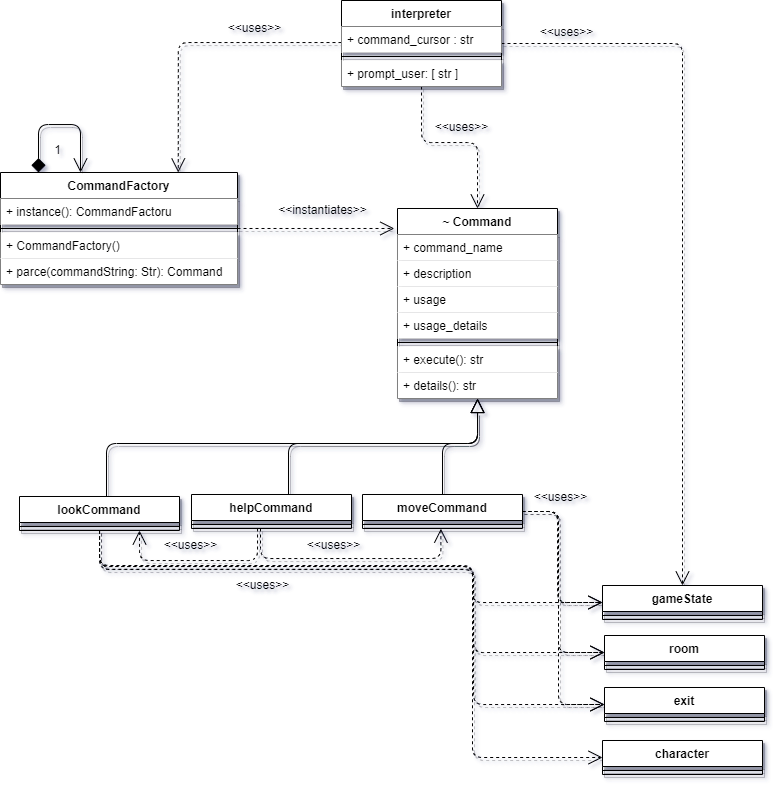
The draw.io diagram gfx/base relations-command system.drawio.png in TorroesPrime/RoomOneOhOne, before a commit. Source tidied: cells renumbered, new cells last; positions are measured from the earlier drawing's top-left corner, leaving out a move shared by most shapes.
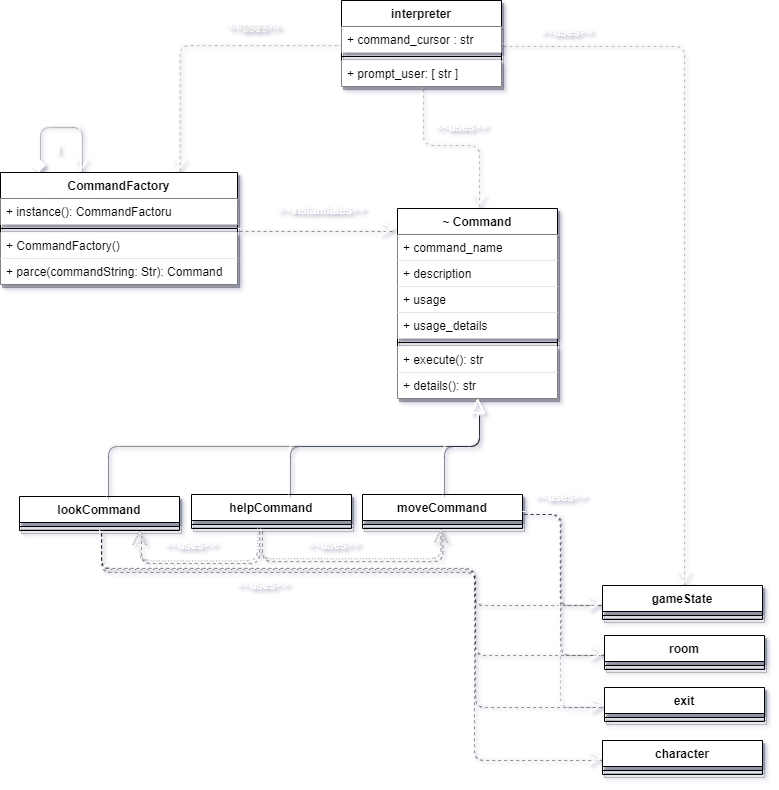
The same file after the commit.

Change to the diagram source:
```diff
@@ -1,18 +1,18 @@
-<mxGraphModel>
+<mxGraphModel background="#66B2FF">
   <root>
     <mxCell id="0" />
     <mxCell id="1" parent="0" />
-    <mxCell id="2" style="edgeStyle=orthogonalEdgeStyle;jettySize=auto;html=1;entryX=0.75;entryY=0;entryDx=0;entryDy=0;startArrow=none;startFill=0;endArrow=open;endFill=0;startSize=12;endSize=12;dashed=1;shadow=1;" parent="1" edge="1" source="5" target="10">
+    <mxCell id="2" style="edgeStyle=orthogonalEdgeStyle;jettySize=auto;html=1;entryX=0.75;entryY=0;entryDx=0;entryDy=0;startArrow=none;startFill=0;endArrow=open;endFill=0;startSize=12;endSize=12;dashed=1;shadow=1;strokeColor=#FFFFFF;" parent="1" edge="1" source="5" target="10">
       <mxGeometry relative="1" as="geometry">
         <Array as="points">
           <mxPoint x="178" y="42" />
         </Array>
       </mxGeometry>
     </mxCell>
-    <mxCell id="3" style="edgeStyle=orthogonalEdgeStyle;jettySize=auto;html=1;entryX=0.5;entryY=0;entryDx=0;entryDy=0;dashed=1;startArrow=none;startFill=0;endArrow=open;endFill=0;startSize=12;endSize=12;shadow=1;" parent="1" edge="1" source="5" target="18">
+    <mxCell id="3" style="edgeStyle=orthogonalEdgeStyle;jettySize=auto;html=1;entryX=0.5;entryY=0;entryDx=0;entryDy=0;dashed=1;startArrow=none;startFill=0;endArrow=open;endFill=0;startSize=12;endSize=12;shadow=1;strokeColor=#FFFFFF;" parent="1" edge="1" source="5" target="18">
       <mxGeometry relative="1" as="geometry" />
     </mxCell>
-    <mxCell id="4" style="edgeStyle=orthogonalEdgeStyle;jettySize=auto;html=1;shadow=1;dashed=1;startArrow=none;startFill=0;endArrow=open;endFill=0;startSize=12;endSize=12;" parent="1" edge="1" source="5" target="48">
+    <mxCell id="4" style="edgeStyle=orthogonalEdgeStyle;jettySize=auto;html=1;shadow=1;dashed=1;startArrow=none;startFill=0;endArrow=open;endFill=0;startSize=12;endSize=12;strokeColor=#FFFFFF;" parent="1" edge="1" source="5" target="48">
       <mxGeometry relative="1" as="geometry" />
     </mxCell>
     <mxCell id="5" value="interpreter" style="swimlane;fontStyle=1;align=center;verticalAlign=top;horizontal=1;startSize=26;shadow=1;strokeColor=default;fillColor=default;" parent="1" vertex="1">
@@ -27,7 +27,7 @@
     <mxCell id="8" value="+ prompt_user: [ str ]" style="text;strokeColor=none;fillColor=default;align=left;verticalAlign=top;spacingLeft=4;spacingRight=4;overflow=hidden;shadow=1;" parent="5" vertex="1">
       <mxGeometry y="60" width="160" height="26" as="geometry" />
     </mxCell>
-    <mxCell id="9" style="edgeStyle=orthogonalEdgeStyle;jettySize=auto;html=1;entryX=-0.02;entryY=-0.231;entryDx=0;entryDy=0;entryPerimeter=0;startArrow=none;startFill=0;endArrow=open;endFill=0;startSize=12;endSize=12;dashed=1;shadow=1;" parent="1" edge="1" source="10" target="19">
+    <mxCell id="9" style="edgeStyle=orthogonalEdgeStyle;jettySize=auto;html=1;entryX=-0.02;entryY=-0.231;entryDx=0;entryDy=0;entryPerimeter=0;startArrow=none;startFill=0;endArrow=open;endFill=0;startSize=12;endSize=12;dashed=1;shadow=1;strokeColor=#FFFFFF;" parent="1" edge="1" source="10" target="19">
       <mxGeometry relative="1" as="geometry" />
     </mxCell>
     <mxCell id="10" value="CommandFactory" style="swimlane;fontStyle=1;align=center;verticalAlign=top;horizontal=1;startSize=26;shadow=1;strokeColor=default;fillColor=default;" parent="1" vertex="1">
@@ -48,7 +48,7 @@
     <mxCell id="15" value="&amp;lt;&amp;lt;uses&amp;gt;&amp;gt;" style="text;html=1;align=center;verticalAlign=middle;strokeColor=none;fillColor=none;shadow=1;" parent="1" vertex="1">
       <mxGeometry x="222" y="19" width="64" height="18" as="geometry" />
     </mxCell>
-    <mxCell id="16" style="edgeStyle=orthogonalEdgeStyle;jettySize=auto;html=1;startArrow=open;startFill=0;endArrow=diamond;endFill=1;startSize=12;endSize=12;shadow=1;" parent="1" edge="1" source="10">
+    <mxCell id="16" style="edgeStyle=orthogonalEdgeStyle;jettySize=auto;html=1;startArrow=open;startFill=0;endArrow=diamond;endFill=1;startSize=12;endSize=12;shadow=1;strokeColor=#FFFFFF;" parent="1" edge="1" source="10">
       <mxGeometry relative="1" as="geometry">
         <mxPoint x="38" y="172" as="targetPoint" />
         <Array as="points">
@@ -57,7 +57,7 @@
         </Array>
       </mxGeometry>
     </mxCell>
-    <mxCell id="17" value="1" style="text;html=1;align=center;verticalAlign=middle;strokeColor=none;fillColor=none;shadow=1;" parent="1" vertex="1">
+    <mxCell id="17" value="1" style="text;html=1;align=center;verticalAlign=middle;strokeColor=none;fillColor=none;shadow=1;fontColor=#FFFFFF;" parent="1" vertex="1">
       <mxGeometry x="48" y="141" width="17" height="18" as="geometry" />
     </mxCell>
     <mxCell id="18" value="~ Command" style="swimlane;fontStyle=1;align=center;verticalAlign=top;horizontal=1;startSize=26;shadow=1;strokeColor=default;fillColor=default;" parent="1" vertex="1">
@@ -84,13 +84,13 @@
     <mxCell id="25" value="+ details(): str" style="text;strokeColor=none;fillColor=default;align=left;verticalAlign=top;spacingLeft=4;spacingRight=4;overflow=hidden;shadow=1;" parent="18" vertex="1">
       <mxGeometry y="164" width="160" height="26" as="geometry" />
     </mxCell>
-    <mxCell id="26" value="&amp;lt;&amp;lt;instantiates&amp;gt;&amp;gt;" style="text;html=1;align=center;verticalAlign=middle;strokeColor=none;fillColor=none;shadow=1;" parent="1" vertex="1">
+    <mxCell id="26" value="&amp;lt;&amp;lt;instantiates&amp;gt;&amp;gt;" style="text;html=1;align=center;verticalAlign=middle;strokeColor=none;fillColor=none;shadow=1;fontColor=#FFFFFF;" parent="1" vertex="1">
       <mxGeometry x="272" y="201" width="99" height="18" as="geometry" />
     </mxCell>
-    <mxCell id="27" value="&amp;lt;&amp;lt;uses&amp;gt;&amp;gt;" style="text;html=1;align=center;verticalAlign=middle;strokeColor=none;fillColor=none;shadow=1;" parent="1" vertex="1">
+    <mxCell id="27" value="&amp;lt;&amp;lt;uses&amp;gt;&amp;gt;" style="text;html=1;align=center;verticalAlign=middle;strokeColor=none;fillColor=none;shadow=1;fontColor=#FFFFFF;" parent="1" vertex="1">
       <mxGeometry x="429" y="118" width="64" height="18" as="geometry" />
     </mxCell>
-    <mxCell id="28" style="edgeStyle=orthogonalEdgeStyle;jettySize=auto;html=1;startArrow=none;startFill=0;endArrow=block;endFill=0;startSize=12;endSize=12;shadow=1;" parent="1" edge="1" source="31" target="18">
+    <mxCell id="28" style="edgeStyle=orthogonalEdgeStyle;jettySize=auto;html=1;startArrow=none;startFill=0;endArrow=block;endFill=0;startSize=12;endSize=12;shadow=1;strokeColor=#FFFFFF;" parent="1" edge="1" source="31" target="18">
       <mxGeometry relative="1" as="geometry">
         <Array as="points">
           <mxPoint x="288" y="443" />
@@ -120,7 +120,7 @@
     <mxCell id="32" style="line;strokeWidth=1;fillColor=none;align=left;verticalAlign=middle;spacingTop=-1;spacingLeft=3;spacingRight=3;labelPosition=right;shadow=1;" parent="31" vertex="1">
       <mxGeometry y="26" width="160" height="8" as="geometry" />
     </mxCell>
-    <mxCell id="33" style="edgeStyle=orthogonalEdgeStyle;jettySize=auto;html=1;startArrow=none;startFill=0;endArrow=block;endFill=0;startSize=12;endSize=12;shadow=1;" parent="1" edge="1" source="38" target="18">
+    <mxCell id="33" style="edgeStyle=orthogonalEdgeStyle;jettySize=auto;html=1;startArrow=none;startFill=0;endArrow=block;endFill=0;startSize=12;endSize=12;shadow=1;strokeColor=#FFFFFF;" parent="1" edge="1" source="38" target="18">
       <mxGeometry relative="1" as="geometry">
         <Array as="points">
           <mxPoint x="106" y="443" />
@@ -128,7 +128,7 @@
         </Array>
       </mxGeometry>
     </mxCell>
-    <mxCell id="34" style="edgeStyle=orthogonalEdgeStyle;jettySize=auto;html=1;entryX=0;entryY=0.5;entryDx=0;entryDy=0;shadow=1;startArrow=none;startFill=0;endArrow=open;endFill=0;startSize=12;endSize=12;dashed=1;" parent="1" edge="1" source="38" target="52">
+    <mxCell id="34" style="edgeStyle=orthogonalEdgeStyle;jettySize=auto;html=1;entryX=0;entryY=0.5;entryDx=0;entryDy=0;shadow=1;startArrow=none;startFill=0;endArrow=open;endFill=0;startSize=12;endSize=12;dashed=1;strokeColor=#FFFFFF;" parent="1" edge="1" source="38" target="52">
       <mxGeometry relative="1" as="geometry">
         <Array as="points">
           <mxPoint x="99" y="565" />
@@ -137,7 +137,7 @@
         </Array>
       </mxGeometry>
     </mxCell>
-    <mxCell id="35" style="edgeStyle=orthogonalEdgeStyle;jettySize=auto;html=1;entryX=0;entryY=0.5;entryDx=0;entryDy=0;shadow=1;startArrow=none;startFill=0;endArrow=open;endFill=0;startSize=12;endSize=12;dashed=1;" parent="1" edge="1" source="38" target="48">
+    <mxCell id="35" style="edgeStyle=orthogonalEdgeStyle;jettySize=auto;html=1;entryX=0;entryY=0.5;entryDx=0;entryDy=0;shadow=1;startArrow=none;startFill=0;endArrow=open;endFill=0;startSize=12;endSize=12;dashed=1;strokeColor=#FFFFFF;" parent="1" edge="1" source="38" target="48">
       <mxGeometry relative="1" as="geometry">
         <Array as="points">
           <mxPoint x="99" y="566" />
@@ -146,7 +146,7 @@
         </Array>
       </mxGeometry>
     </mxCell>
-    <mxCell id="36" style="edgeStyle=orthogonalEdgeStyle;jettySize=auto;html=1;entryX=0;entryY=0.5;entryDx=0;entryDy=0;shadow=1;startArrow=none;startFill=0;endArrow=open;endFill=0;startSize=12;endSize=12;dashed=1;" parent="1" edge="1" source="38" target="46">
+    <mxCell id="36" style="edgeStyle=orthogonalEdgeStyle;jettySize=auto;html=1;entryX=0;entryY=0.5;entryDx=0;entryDy=0;shadow=1;startArrow=none;startFill=0;endArrow=open;endFill=0;startSize=12;endSize=12;dashed=1;strokeColor=#FFFFFF;" parent="1" edge="1" source="38" target="46">
       <mxGeometry relative="1" as="geometry">
         <Array as="points">
           <mxPoint x="99" y="566" />
@@ -155,7 +155,7 @@
         </Array>
       </mxGeometry>
     </mxCell>
-    <mxCell id="37" style="edgeStyle=orthogonalEdgeStyle;jettySize=auto;html=1;entryX=0;entryY=0.5;entryDx=0;entryDy=0;shadow=1;startArrow=none;startFill=0;endArrow=open;endFill=0;startSize=12;endSize=12;dashed=1;" parent="1" edge="1" source="38" target="50">
+    <mxCell id="37" style="edgeStyle=orthogonalEdgeStyle;jettySize=auto;html=1;entryX=0;entryY=0.5;entryDx=0;entryDy=0;shadow=1;startArrow=none;startFill=0;endArrow=open;endFill=0;startSize=12;endSize=12;dashed=1;strokeColor=#FFFFFF;" parent="1" edge="1" source="38" target="50">
       <mxGeometry relative="1" as="geometry">
         <Array as="points">
           <mxPoint x="99" y="569" />
@@ -170,7 +170,7 @@
     <mxCell id="39" style="line;strokeWidth=1;fillColor=none;align=left;verticalAlign=middle;spacingTop=-1;spacingLeft=3;spacingRight=3;labelPosition=right;shadow=1;" parent="38" vertex="1">
       <mxGeometry y="26" width="160" height="8" as="geometry" />
     </mxCell>
-    <mxCell id="40" style="edgeStyle=orthogonalEdgeStyle;jettySize=auto;html=1;startArrow=none;startFill=0;endArrow=block;endFill=0;startSize=12;endSize=12;shadow=1;" parent="1" edge="1" source="44" target="18">
+    <mxCell id="40" style="edgeStyle=orthogonalEdgeStyle;jettySize=auto;html=1;startArrow=none;startFill=0;endArrow=block;endFill=0;startSize=12;endSize=12;shadow=1;strokeColor=#FFFFFF;" parent="1" edge="1" source="44" target="18">
       <mxGeometry relative="1" as="geometry">
         <Array as="points">
           <mxPoint x="442" y="443" />
@@ -178,13 +178,13 @@
         </Array>
       </mxGeometry>
     </mxCell>
-    <mxCell id="41" style="edgeStyle=orthogonalEdgeStyle;jettySize=auto;html=1;entryX=0;entryY=0.5;entryDx=0;entryDy=0;shadow=1;startArrow=none;startFill=0;endArrow=open;endFill=0;startSize=12;endSize=12;dashed=1;" parent="1" edge="1" source="44" target="48">
+    <mxCell id="41" style="edgeStyle=orthogonalEdgeStyle;jettySize=auto;html=1;entryX=0;entryY=0.5;entryDx=0;entryDy=0;shadow=1;startArrow=none;startFill=0;endArrow=open;endFill=0;startSize=12;endSize=12;dashed=1;strokeColor=#FFFFFF;" parent="1" edge="1" source="44" target="48">
       <mxGeometry relative="1" as="geometry" />
     </mxCell>
-    <mxCell id="42" style="edgeStyle=orthogonalEdgeStyle;jettySize=auto;html=1;entryX=0;entryY=0.5;entryDx=0;entryDy=0;shadow=1;startArrow=none;startFill=0;endArrow=open;endFill=0;startSize=12;endSize=12;dashed=1;" parent="1" edge="1" source="44" target="46">
+    <mxCell id="42" style="edgeStyle=orthogonalEdgeStyle;jettySize=auto;html=1;entryX=0;entryY=0.5;entryDx=0;entryDy=0;shadow=1;startArrow=none;startFill=0;endArrow=open;endFill=0;startSize=12;endSize=12;dashed=1;strokeColor=#FFFFFF;" parent="1" edge="1" source="44" target="46">
       <mxGeometry relative="1" as="geometry" />
     </mxCell>
-    <mxCell id="43" style="edgeStyle=orthogonalEdgeStyle;jettySize=auto;html=1;entryX=0;entryY=0.5;entryDx=0;entryDy=0;shadow=1;startArrow=none;startFill=0;endArrow=open;endFill=0;startSize=12;endSize=12;dashed=1;" parent="1" edge="1" source="44" target="50">
+    <mxCell id="43" style="edgeStyle=orthogonalEdgeStyle;jettySize=auto;html=1;entryX=0;entryY=0.5;entryDx=0;entryDy=0;shadow=1;startArrow=none;startFill=0;endArrow=open;endFill=0;startSize=12;endSize=12;dashed=1;strokeColor=#FFFFFF;" parent="1" edge="1" source="44" target="50">
       <mxGeometry relative="1" as="geometry" />
     </mxCell>
     <mxCell id="44" value="moveCommand" style="swimlane;fontStyle=1;align=center;verticalAlign=top;horizontal=1;startSize=26;shadow=1;strokeColor=default;fillColor=default;" parent="1" vertex="1">
@@ -217,20 +217,143 @@
     <mxCell id="53" style="line;strokeWidth=1;fillColor=none;align=left;verticalAlign=middle;spacingTop=-1;spacingLeft=3;spacingRight=3;labelPosition=right;shadow=1;" parent="52" vertex="1">
       <mxGeometry y="26" width="160" height="8" as="geometry" />
     </mxCell>
-    <mxCell id="54" value="&amp;lt;&amp;lt;uses&amp;gt;&amp;gt;" style="text;html=1;align=center;verticalAlign=middle;strokeColor=none;fillColor=none;" parent="1" vertex="1">
+    <mxCell id="54" value="&amp;lt;&amp;lt;uses&amp;gt;&amp;gt;" style="text;html=1;align=center;verticalAlign=middle;strokeColor=none;fillColor=none;fontColor=#FFFFFF;" parent="1" vertex="1">
       <mxGeometry x="158" y="536" width="64" height="18" as="geometry" />
     </mxCell>
-    <mxCell id="55" value="&amp;lt;&amp;lt;uses&amp;gt;&amp;gt;" style="text;html=1;align=center;verticalAlign=middle;strokeColor=none;fillColor=none;" parent="1" vertex="1">
+    <mxCell id="55" value="&amp;lt;&amp;lt;uses&amp;gt;&amp;gt;" style="text;html=1;align=center;verticalAlign=middle;strokeColor=none;fillColor=none;fontColor=#FFFFFF;" parent="1" vertex="1">
       <mxGeometry x="301" y="536" width="64" height="18" as="geometry" />
     </mxCell>
-    <mxCell id="56" value="&amp;lt;&amp;lt;uses&amp;gt;&amp;gt;" style="text;html=1;align=center;verticalAlign=middle;strokeColor=none;fillColor=none;" parent="1" vertex="1">
+    <mxCell id="56" value="&amp;lt;&amp;lt;uses&amp;gt;&amp;gt;" style="text;html=1;align=center;verticalAlign=middle;strokeColor=none;fillColor=none;fontColor=#FFFFFF;" parent="1" vertex="1">
       <mxGeometry x="230" y="576" width="64" height="18" as="geometry" />
     </mxCell>
-    <mxCell id="57" value="&amp;lt;&amp;lt;uses&amp;gt;&amp;gt;" style="text;html=1;align=center;verticalAlign=middle;strokeColor=none;fillColor=none;" parent="1" vertex="1">
+    <mxCell id="57" value="&amp;lt;&amp;lt;uses&amp;gt;&amp;gt;" style="text;html=1;align=center;verticalAlign=middle;strokeColor=none;fillColor=none;fontColor=#FFFFFF;" parent="1" vertex="1">
       <mxGeometry x="528" y="488" width="64" height="18" as="geometry" />
     </mxCell>
-    <mxCell id="58" value="&amp;lt;&amp;lt;uses&amp;gt;&amp;gt;" style="text;html=1;align=center;verticalAlign=middle;strokeColor=none;fillColor=none;" parent="1" vertex="1">
+    <mxCell id="58" value="&amp;lt;&amp;lt;uses&amp;gt;&amp;gt;" style="text;html=1;align=center;verticalAlign=middle;strokeColor=none;fillColor=none;fontColor=#FFFFFF;" parent="1" vertex="1">
       <mxGeometry x="534" y="23" width="64" height="18" as="geometry" />
     </mxCell>
+    <mxCell id="59" value="&amp;lt;&amp;lt;uses&amp;gt;&amp;gt;" style="text;html=1;align=center;verticalAlign=middle;strokeColor=none;fillColor=none;shadow=1;fontColor=#FFFFFF;" parent="1" vertex="1">
+      <mxGeometry x="222" y="19" width="64" height="18" as="geometry" />
+    </mxCell>
+    <mxCell id="60" style="edgeStyle=orthogonalEdgeStyle;orthogonalLoop=1;jettySize=auto;html=1;entryX=0.75;entryY=1;entryDx=0;entryDy=0;shadow=1;dashed=1;startArrow=none;startFill=0;endArrow=open;endFill=0;startSize=12;endSize=12;strokeColor=#FFFFFF;" parent="1" edge="1">
+      <mxGeometry relative="1" as="geometry">
+        <mxPoint x="257" y="528" as="sourcePoint" />
+        <mxPoint x="139" y="530" as="targetPoint" />
+        <Array as="points">
+          <mxPoint x="257" y="560" />
+          <mxPoint x="139" y="560" />
+        </Array>
+      </mxGeometry>
+    </mxCell>
+    <mxCell id="61" style="edgeStyle=orthogonalEdgeStyle;orthogonalLoop=1;jettySize=auto;html=1;entryX=0.49;entryY=1.025;entryDx=0;entryDy=0;entryPerimeter=0;shadow=1;dashed=1;startArrow=none;startFill=0;endArrow=open;endFill=0;startSize=12;endSize=12;strokeColor=#FFFFFF;" parent="1" edge="1">
+      <mxGeometry relative="1" as="geometry">
+        <mxPoint x="260" y="528" as="sourcePoint" />
+        <mxPoint x="440.4" y="528.2" as="targetPoint" />
+        <Array as="points">
+          <mxPoint x="260" y="558" />
+          <mxPoint x="440" y="558" />
+        </Array>
+      </mxGeometry>
+    </mxCell>
+    <mxCell id="62" style="edgeStyle=orthogonalEdgeStyle;orthogonalLoop=1;jettySize=auto;html=1;entryX=0;entryY=0.5;entryDx=0;entryDy=0;shadow=1;startArrow=none;startFill=0;endArrow=open;endFill=0;startSize=12;endSize=12;dashed=1;strokeColor=#FFFFFF;" parent="1" edge="1">
+      <mxGeometry relative="1" as="geometry">
+        <mxPoint x="99" y="530" as="sourcePoint" />
+        <mxPoint x="602" y="602" as="targetPoint" />
+        <Array as="points">
+          <mxPoint x="99" y="566" />
+          <mxPoint x="472" y="566" />
+          <mxPoint x="472" y="602" />
+        </Array>
+      </mxGeometry>
+    </mxCell>
+    <mxCell id="63" style="edgeStyle=orthogonalEdgeStyle;orthogonalLoop=1;jettySize=auto;html=1;entryX=0;entryY=0.5;entryDx=0;entryDy=0;shadow=1;startArrow=none;startFill=0;endArrow=open;endFill=0;startSize=12;endSize=12;dashed=1;strokeColor=#FFFFFF;" parent="1" edge="1">
+      <mxGeometry relative="1" as="geometry">
+        <mxPoint x="99" y="530" as="sourcePoint" />
+        <mxPoint x="604" y="652" as="targetPoint" />
+        <Array as="points">
+          <mxPoint x="99" y="566" />
+          <mxPoint x="473" y="566" />
+          <mxPoint x="473" y="652" />
+        </Array>
+      </mxGeometry>
+    </mxCell>
+    <mxCell id="64" style="edgeStyle=orthogonalEdgeStyle;orthogonalLoop=1;jettySize=auto;html=1;entryX=0;entryY=0.5;entryDx=0;entryDy=0;shadow=1;startArrow=none;startFill=0;endArrow=open;endFill=0;startSize=12;endSize=12;dashed=1;strokeColor=#FFFFFF;" parent="1" edge="1">
+      <mxGeometry relative="1" as="geometry">
+        <mxPoint x="99" y="530" as="sourcePoint" />
+        <mxPoint x="604" y="704" as="targetPoint" />
+        <Array as="points">
+          <mxPoint x="99" y="569" />
+          <mxPoint x="473" y="569" />
+          <mxPoint x="473" y="704" />
+        </Array>
+      </mxGeometry>
+    </mxCell>
+    <mxCell id="65" style="edgeStyle=orthogonalEdgeStyle;orthogonalLoop=1;jettySize=auto;html=1;entryX=0;entryY=0.5;entryDx=0;entryDy=0;shadow=1;startArrow=none;startFill=0;endArrow=open;endFill=0;startSize=12;endSize=12;dashed=1;strokeColor=#FFFFFF;" parent="1" edge="1">
+      <mxGeometry relative="1" as="geometry">
+        <mxPoint x="99" y="530" as="sourcePoint" />
+        <mxPoint x="602" y="757" as="targetPoint" />
+        <Array as="points">
+          <mxPoint x="99" y="565" />
+          <mxPoint x="472" y="565" />
+          <mxPoint x="472" y="757" />
+        </Array>
+      </mxGeometry>
+    </mxCell>
+    <mxCell id="66" style="edgeStyle=orthogonalEdgeStyle;orthogonalLoop=1;jettySize=auto;html=1;entryX=0;entryY=0.5;entryDx=0;entryDy=0;shadow=1;startArrow=none;startFill=0;endArrow=open;endFill=0;startSize=12;endSize=12;dashed=1;strokeColor=#FFFFFF;" parent="1" edge="1">
+      <mxGeometry relative="1" as="geometry">
+        <mxPoint x="522" y="511" as="sourcePoint" />
+        <mxPoint x="604" y="652" as="targetPoint" />
+        <Array as="points">
+          <mxPoint x="559" y="511" />
+          <mxPoint x="559" y="652" />
+        </Array>
+      </mxGeometry>
+    </mxCell>
+    <mxCell id="67" style="edgeStyle=orthogonalEdgeStyle;orthogonalLoop=1;jettySize=auto;html=1;entryX=0;entryY=0.5;entryDx=0;entryDy=0;shadow=1;startArrow=none;startFill=0;endArrow=open;endFill=0;startSize=12;endSize=12;dashed=1;strokeColor=#FFFFFF;" parent="1" edge="1">
+      <mxGeometry relative="1" as="geometry">
+        <mxPoint x="522" y="511" as="sourcePoint" />
+        <mxPoint x="602" y="602" as="targetPoint" />
+        <Array as="points">
+          <mxPoint x="558" y="511" />
+          <mxPoint x="558" y="602" />
+        </Array>
+      </mxGeometry>
+    </mxCell>
+    <mxCell id="68" style="edgeStyle=orthogonalEdgeStyle;orthogonalLoop=1;jettySize=auto;html=1;startArrow=none;startFill=0;endArrow=block;endFill=0;startSize=12;endSize=12;shadow=1;strokeColor=#FFFFFF;" parent="1" edge="1">
+      <mxGeometry relative="1" as="geometry">
+        <mxPoint x="106" y="496" as="sourcePoint" />
+        <mxPoint x="477" y="398" as="targetPoint" />
+        <Array as="points">
+          <mxPoint x="106" y="443" />
+          <mxPoint x="477" y="443" />
+        </Array>
+      </mxGeometry>
+    </mxCell>
+    <mxCell id="69" style="edgeStyle=orthogonalEdgeStyle;orthogonalLoop=1;jettySize=auto;html=1;startArrow=none;startFill=0;endArrow=block;endFill=0;startSize=12;endSize=12;shadow=1;strokeColor=#FFFFFF;" parent="1" edge="1">
+      <mxGeometry relative="1" as="geometry">
+        <mxPoint x="288" y="494" as="sourcePoint" />
+        <mxPoint x="477" y="398" as="targetPoint" />
+        <Array as="points">
+          <mxPoint x="288" y="443" />
+          <mxPoint x="477" y="443" />
+        </Array>
+      </mxGeometry>
+    </mxCell>
+    <mxCell id="70" style="edgeStyle=orthogonalEdgeStyle;orthogonalLoop=1;jettySize=auto;html=1;startArrow=none;startFill=0;endArrow=block;endFill=0;startSize=12;endSize=12;shadow=1;strokeColor=#FFFFFF;" parent="1" edge="1">
+      <mxGeometry relative="1" as="geometry">
+        <mxPoint x="442" y="494" as="sourcePoint" />
+        <mxPoint x="477" y="398" as="targetPoint" />
+        <Array as="points">
+          <mxPoint x="442" y="443" />
+          <mxPoint x="477" y="443" />
+        </Array>
+      </mxGeometry>
+    </mxCell>
+    <mxCell id="71" style="edgeStyle=orthogonalEdgeStyle;orthogonalLoop=1;jettySize=auto;html=1;entryX=-0.02;entryY=-0.231;entryDx=0;entryDy=0;entryPerimeter=0;startArrow=none;startFill=0;endArrow=open;endFill=0;startSize=12;endSize=12;dashed=1;shadow=1;strokeColor=#FFFFFF;" parent="1" edge="1">
+      <mxGeometry relative="1" as="geometry">
+        <mxPoint x="237" y="228" as="sourcePoint" />
+        <mxPoint x="393.8" y="228" as="targetPoint" />
+      </mxGeometry>
+    </mxCell>
   </root>
 </mxGraphModel>
```
